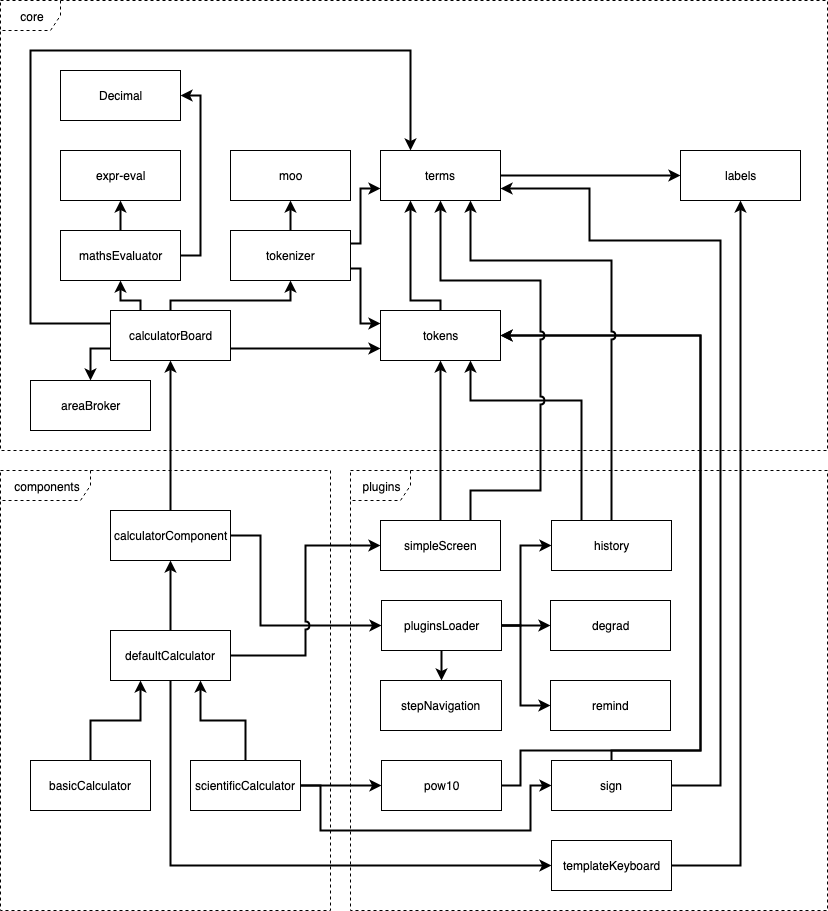
Above: articles/Frontend/resources/calculator-overview.png in oat-sa/taohub-articles (draw.io), before the change. Source tidied: cells renumbered, new cells last; positions are measured from the earlier drawing's top-left corner, leaving out a move shared by most shapes.
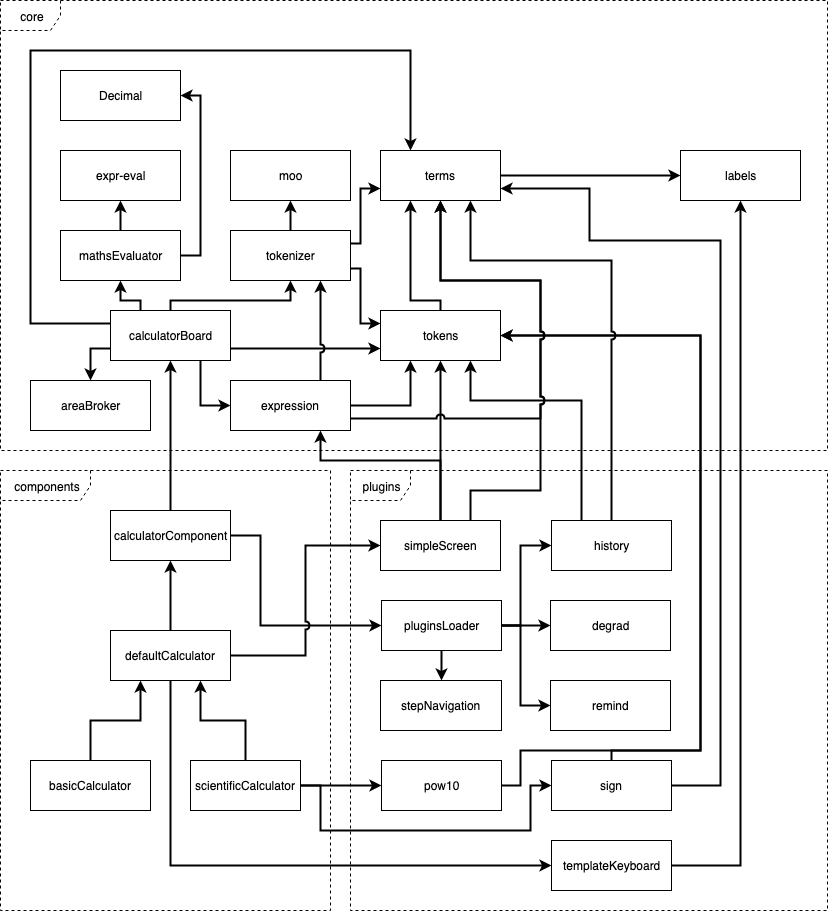
The same file after the commit.

Commit message:
Added last changes regarding the calculator in the doc

Change to the diagram source:
```diff
@@ -20,6 +20,9 @@
     <mxCell id="7" value="terms" style="html=1;" parent="1" vertex="1">
       <mxGeometry x="380" y="150" width="120" height="50" as="geometry" />
     </mxCell>
+    <mxCell id="61" style="edgeStyle=orthogonalEdgeStyle;rounded=0;jettySize=auto;html=1;exitX=0.75;exitY=1;exitDx=0;exitDy=0;entryX=0;entryY=0.5;entryDx=0;entryDy=0;strokeWidth=2;" parent="1" edge="1" source="8" target="66">
+      <mxGeometry relative="1" as="geometry" />
+    </mxCell>
     <mxCell id="8" value="calculatorBoard" style="html=1;" parent="1" vertex="1">
       <mxGeometry x="110" y="310" width="120" height="50" as="geometry" />
     </mxCell>
@@ -38,6 +41,14 @@
     <mxCell id="13" value="calculatorComponent" style="html=1;" parent="1" vertex="1">
       <mxGeometry x="110" y="510" width="120" height="50" as="geometry" />
     </mxCell>
+    <mxCell id="62" style="edgeStyle=orthogonalEdgeStyle;rounded=0;jumpStyle=arc;jettySize=auto;html=1;exitX=0.5;exitY=0;exitDx=0;exitDy=0;entryX=0.75;entryY=1;entryDx=0;entryDy=0;strokeWidth=2;" parent="1" edge="1" source="14" target="66">
+      <mxGeometry relative="1" as="geometry">
+        <Array as="points">
+          <mxPoint x="440" y="460" />
+          <mxPoint x="320" y="460" />
+        </Array>
+      </mxGeometry>
+    </mxCell>
     <mxCell id="14" value="&lt;div&gt;simpleScreen&lt;/div&gt;" style="html=1;" parent="1" vertex="1">
       <mxGeometry x="380" y="520" width="120" height="50" as="geometry" />
     </mxCell>
@@ -270,5 +281,23 @@
     <mxCell id="60" value="pow10" style="html=1;" parent="1" vertex="1">
       <mxGeometry x="381" y="760" width="120" height="50" as="geometry" />
     </mxCell>
+    <mxCell id="63" style="edgeStyle=orthogonalEdgeStyle;rounded=0;jettySize=auto;html=1;exitX=0.75;exitY=0;exitDx=0;exitDy=0;entryX=0.75;entryY=1;entryDx=0;entryDy=0;strokeWidth=2;jumpStyle=arc;" parent="1" edge="1" source="66" target="5">
+      <mxGeometry relative="1" as="geometry" />
+    </mxCell>
+    <mxCell id="64" style="edgeStyle=orthogonalEdgeStyle;rounded=0;jumpStyle=arc;jettySize=auto;html=1;exitX=1;exitY=0.5;exitDx=0;exitDy=0;entryX=0.25;entryY=1;entryDx=0;entryDy=0;strokeWidth=2;" parent="1" edge="1" source="66" target="20">
+      <mxGeometry relative="1" as="geometry" />
+    </mxCell>
+    <mxCell id="65" style="edgeStyle=orthogonalEdgeStyle;rounded=0;jumpStyle=arc;jettySize=auto;html=1;exitX=1;exitY=0.75;exitDx=0;exitDy=0;entryX=0.5;entryY=1;entryDx=0;entryDy=0;strokeWidth=2;" parent="1" edge="1" source="66" target="7">
+      <mxGeometry relative="1" as="geometry">
+        <Array as="points">
+          <mxPoint x="540" y="418" />
+          <mxPoint x="540" y="280" />
+          <mxPoint x="440" y="280" />
+        </Array>
+      </mxGeometry>
+    </mxCell>
+    <mxCell id="66" value="&lt;div&gt;expression&lt;/div&gt;" style="html=1;" parent="1" vertex="1">
+      <mxGeometry x="230" y="380" width="120" height="50" as="geometry" />
+    </mxCell>
   </root>
 </mxGraphModel>
```
